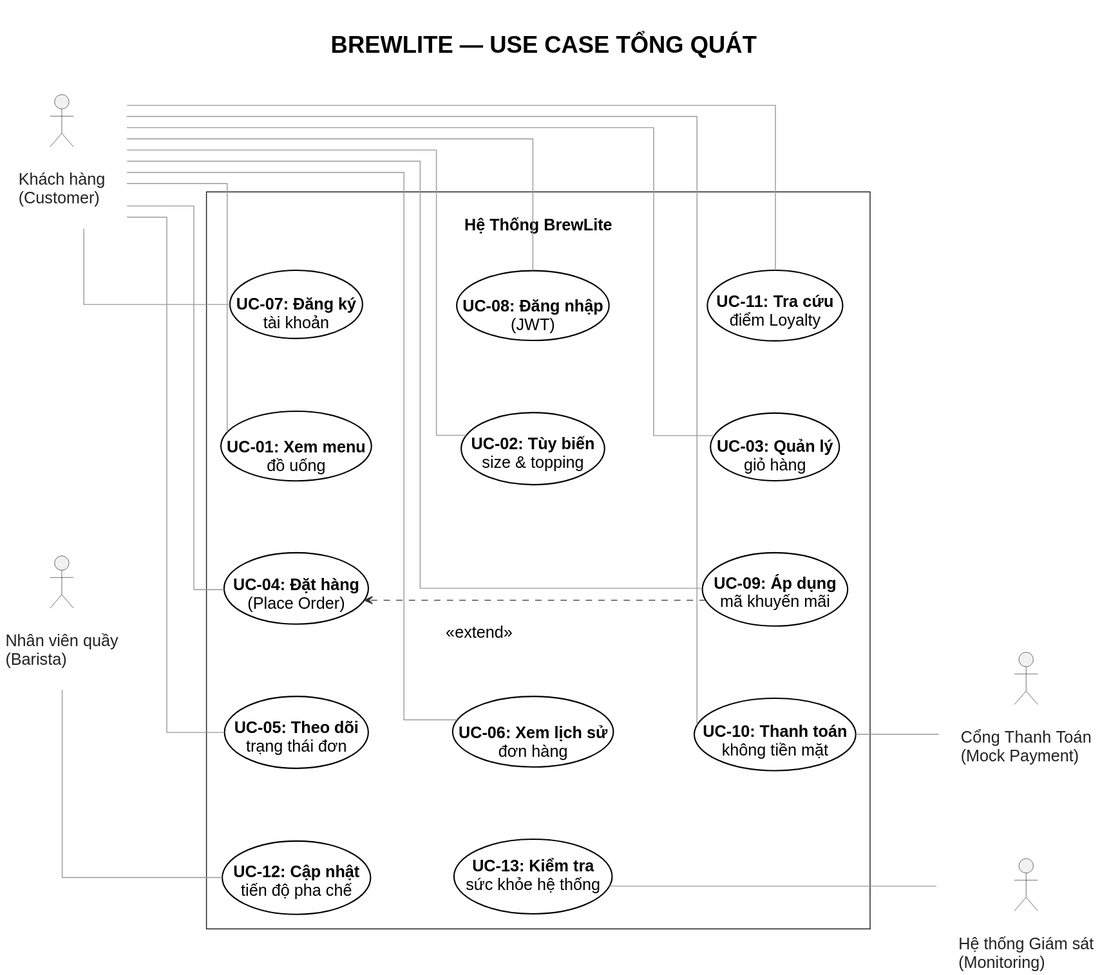
Above: docs/requirements/use-case-overview.svg in vohuunghiaah/brewlite (PlantUML), before the change.
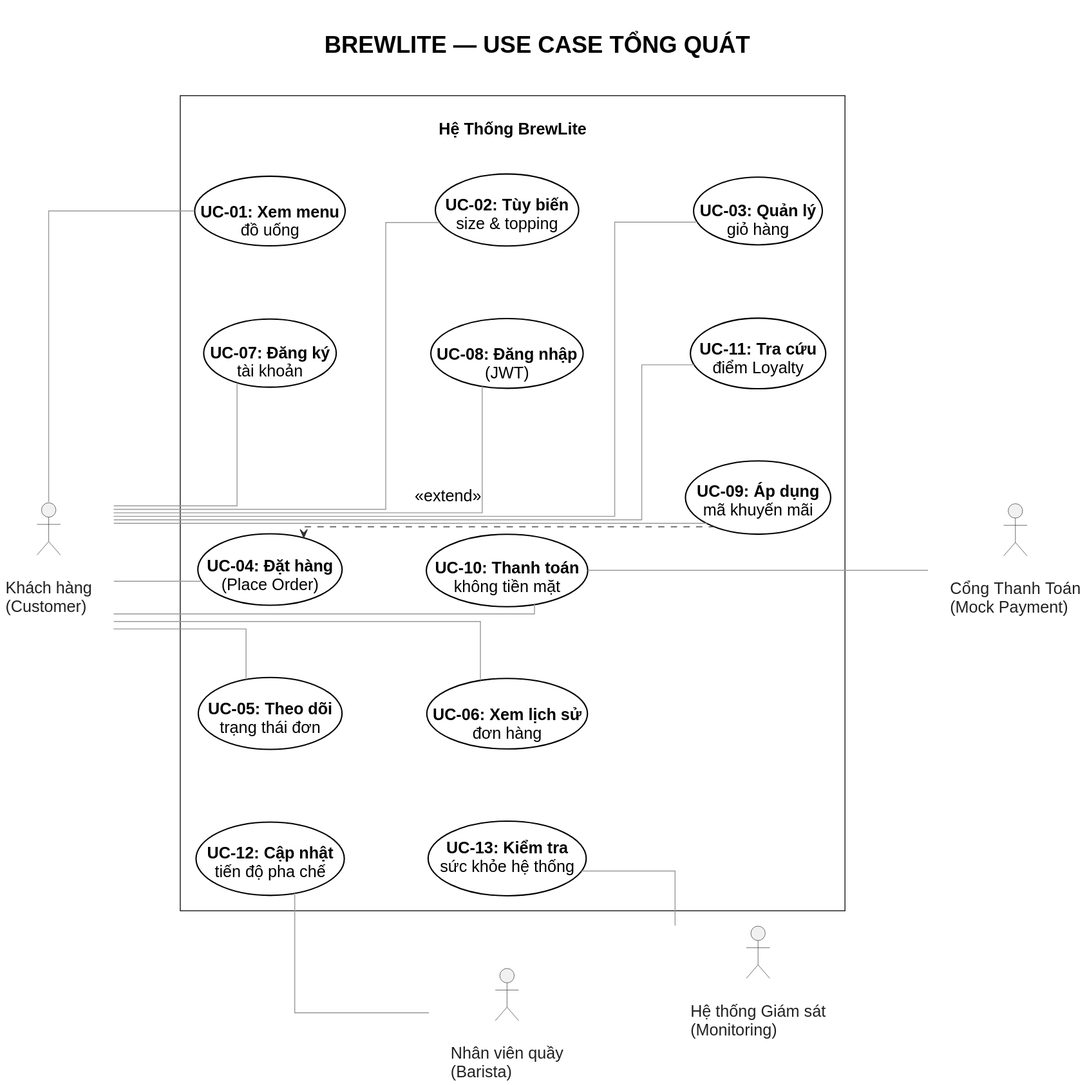
The same file after the commit.

Commit message:
docs(uml): refine use case layout and verify UC04 UC10 alignment

The edit, as a diff of the source:
```diff
@@ -51,9 +51,9 @@
     UC2 -[hidden]down-> UC3
     UC7 -[hidden]down-> UC8
     UC8 -[hidden]down-> UC11
-    UC4 -[hidden]down-> UC9
+    UC4 -[hidden]down-> UC10
+    UC10 -[hidden]down-> UC9
     UC5 -[hidden]down-> UC6
-    UC6 -[hidden]down-> UC10
     UC12 -[hidden]down-> UC13
     UC1 -[hidden]left-> UC7
     UC7 -[hidden]left-> UC4
@@ -61,27 +61,27 @@
     UC5 -[hidden]left-> UC12
     UC3 -[hidden]left-> UC11
     UC11 -[hidden]left-> UC9
-    UC9 -[hidden]left-> UC10
-    UC10 -[hidden]left-> UC13
+
 }
 
-Customer -- UC1
-Customer -- UC2
-Customer -- UC3
-Customer -- UC7
-Customer -- UC8
-Customer -- UC4
-Customer -- UC5
-Customer -- UC6
-Customer -- UC9
-Customer -- UC10
-Customer -- UC11
+Customer -[norank]- UC1
+Customer -[norank]- UC2
+Customer -[norank]- UC3
+Customer -[norank]- UC7
+Customer -[norank]- UC8
+Customer -[norank]- UC4
+Customer -[norank]- UC5
+Customer -[norank]- UC6
+Customer -[norank]- UC9
+Customer -[norank]- UC10
+Customer -[norank]- UC11
 
 UC9 -[#333333,dashed,norank]-> UC4 : <<extend>>
 
-Customer -[hidden]-> UC1
-Customer -[hidden]right-> Barista
-PaymentGateway -[hidden]right-> Monitor
+Customer -[hidden]down-> UC4
+UC9 -[hidden]down-> PaymentGateway
+UC13 -[hidden]down-> Monitor
+UC12 -[hidden]down-> Barista
 
 UC10 -- PaymentGateway
 Barista -- UC12
```
